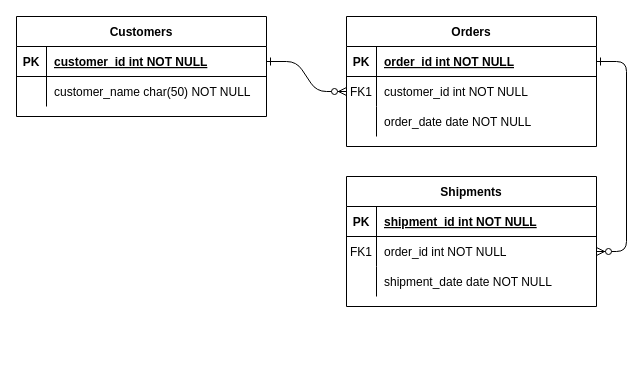
The draw.io diagram NamesRememberer_relation.drawio in emiletremblay01/components-peripherie2, before the edit. Source tidied: cells renumbered, new cells numbered last; positions are measured from the earlier drawing's top-left corner, leaving out a move shared by most shapes. Both pictures are drawn from the tidied source at 100%, with x=0, y=0 at pixel (16, 16).
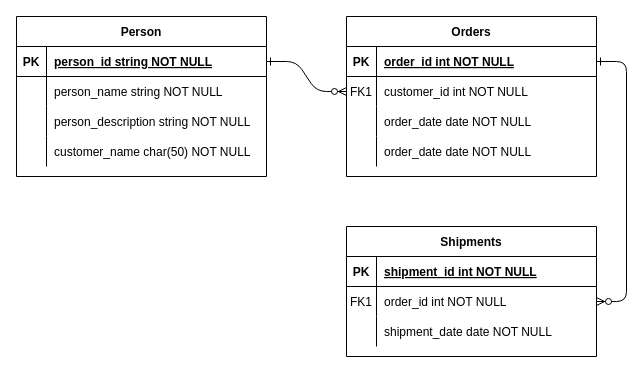
Above is the later version.

Commit message:
update:relation schema

Unchanged cells that the change refers to:
```xml
<mxCell id="25" style="shape=partialRectangle;fillColor=none;points=[[0,0.5],[1,0.5]];portConstraint=eastwest;top=0;left=0;right=0;bottom=1;" parent="24" vertex="1">
  <mxGeometry y="30" width="250" height="30" as="geometry" />
</mxCell>
```

What changed in the source:
```diff
@@
     <mxCell id="4" value="Orders" style="shape=table;startSize=30;childLayout=tableLayout;rowLines=0;fontStyle=1;align=center;" parent="1" vertex="1">
-      <mxGeometry x="330" width="250" height="130" as="geometry" />
+      <mxGeometry x="330" width="250" height="160" as="geometry" />
     </mxCell>
@@
+    <mxCell id="31" style="shape=partialRectangle;fillColor=none;top=0;left=0;right=0;bottom=0;" parent="4" vertex="1">
+      <mxGeometry y="120" width="250" height="30" as="geometry" />
+    </mxCell>
+    <mxCell id="32" style="shape=partialRectangle;overflow=hidden;fillColor=none;top=0;left=0;bottom=0;right=0;" parent="31" vertex="1">
+      <mxGeometry width="30" height="30" as="geometry" />
+    </mxCell>
+    <mxCell id="33" value="order_date date NOT NULL" style="shape=partialRectangle;overflow=hidden;fillColor=none;top=0;left=0;bottom=0;right=0;align=left;spacingLeft=6;" parent="31" vertex="1">
+      <mxGeometry x="30" width="220" height="30" as="geometry" />
+    </mxCell>
     <mxCell id="14" value="Shipments" style="shape=table;startSize=30;childLayout=tableLayout;rowLines=0;fontStyle=1;align=center;" parent="1" vertex="1">
-      <mxGeometry x="330" y="160" width="250" height="130" as="geometry" />
+      <mxGeometry x="330" y="210" width="250" height="130" as="geometry" />
     </mxCell>
@@
-    <mxCell id="24" value="Customers" style="shape=table;startSize=30;childLayout=tableLayout;rowLines=0;fontStyle=1;align=center;" parent="1" vertex="1">
-      <mxGeometry width="250" height="100" as="geometry" />
+    <mxCell id="24" value="Person" style="shape=table;startSize=30;childLayout=tableLayout;rowLines=0;fontStyle=1;align=center;" parent="1" vertex="1">
+      <mxGeometry width="250" height="160" as="geometry" />
     </mxCell>
@@
-    <mxCell id="27" value="customer_id int NOT NULL " style="shape=partialRectangle;overflow=hidden;fillColor=none;top=0;left=0;bottom=0;right=0;align=left;spacingLeft=6;fontStyle=5;" parent="25" vertex="1">
+    <mxCell id="27" value="person_id string NOT NULL" style="shape=partialRectangle;overflow=hidden;fillColor=none;top=0;left=0;bottom=0;right=0;align=left;spacingLeft=6;fontStyle=5;" parent="25" vertex="1">
       <mxGeometry x="30" width="220" height="30" as="geometry" />
     </mxCell>
+    <mxCell id="34" style="shape=partialRectangle;fillColor=none;top=0;left=0;right=0;bottom=0;" parent="24" vertex="1">
+      <mxGeometry y="60" width="250" height="30" as="geometry" />
+    </mxCell>
+    <mxCell id="35" style="shape=partialRectangle;overflow=hidden;fillColor=none;top=0;left=0;bottom=0;right=0;" parent="34" vertex="1">
+      <mxGeometry width="30" height="30" as="geometry" />
+    </mxCell>
+    <mxCell id="36" value="person_name string NOT NULL" style="shape=partialRectangle;overflow=hidden;fillColor=none;top=0;left=0;bottom=0;right=0;align=left;spacingLeft=6;" parent="34" vertex="1">
+      <mxGeometry x="30" width="220" height="30" as="geometry" />
+    </mxCell>
+    <mxCell id="37" style="shape=partialRectangle;fillColor=none;top=0;left=0;right=0;bottom=0;" parent="24" vertex="1">
+      <mxGeometry y="90" width="250" height="30" as="geometry" />
+    </mxCell>
+    <mxCell id="38" style="shape=partialRectangle;overflow=hidden;fillColor=none;top=0;left=0;bottom=0;right=0;" parent="37" vertex="1">
+      <mxGeometry width="30" height="30" as="geometry" />
+    </mxCell>
+    <mxCell id="39" value="person_description string NOT NULL" style="shape=partialRectangle;overflow=hidden;fillColor=none;top=0;left=0;bottom=0;right=0;align=left;spacingLeft=6;" parent="37" vertex="1">
+      <mxGeometry x="30" width="220" height="30" as="geometry" />
+    </mxCell>
     <mxCell id="28" style="shape=partialRectangle;fillColor=none;top=0;left=0;right=0;bottom=0;" parent="24" vertex="1">
-      <mxGeometry y="60" width="250" height="30" as="geometry" />
+      <mxGeometry y="120" width="250" height="30" as="geometry" />
     </mxCell>
```
